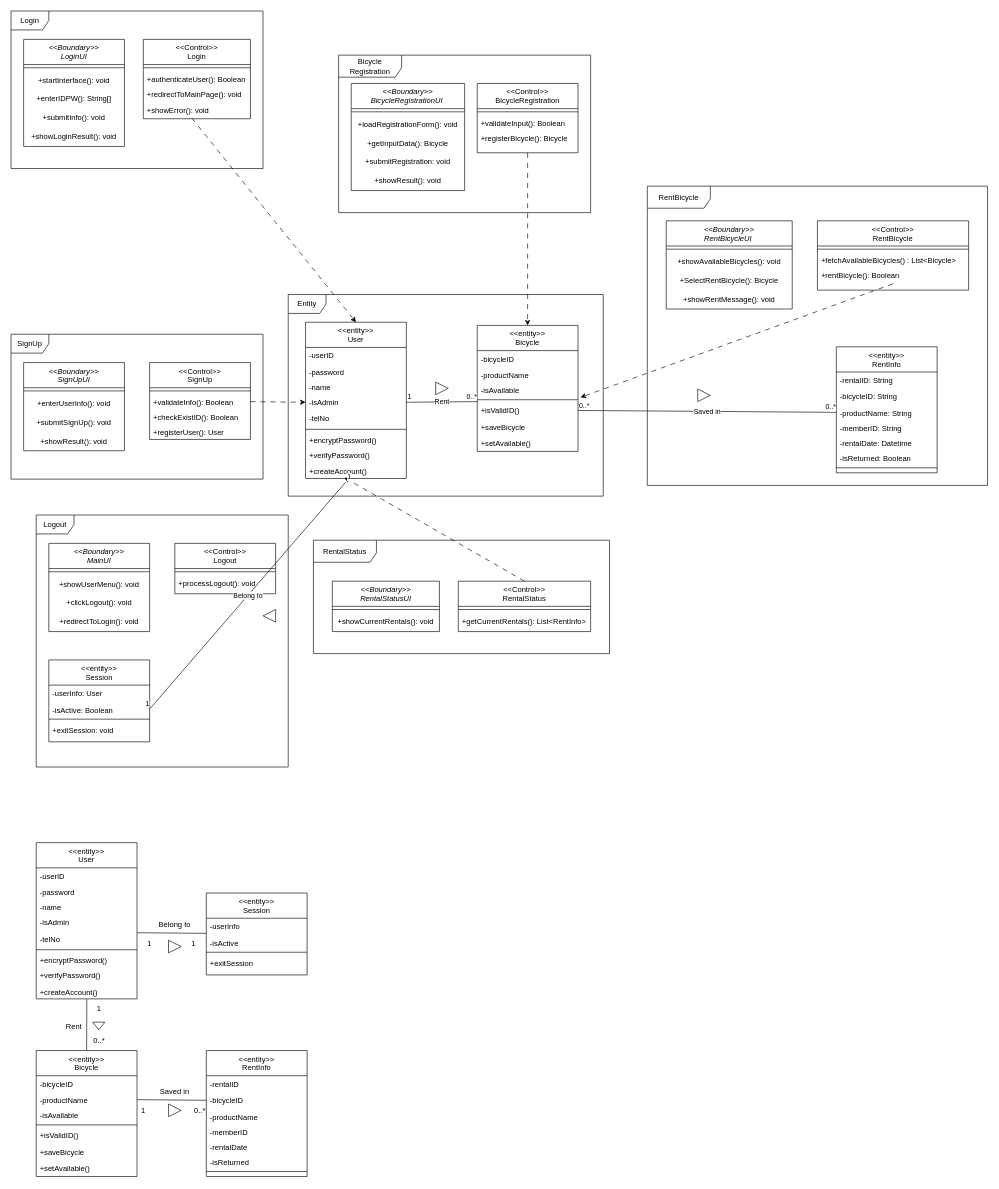
This is Class DIagram.drawio from CarniRabbit/SE_Assignment2, a draw.io file, before an edit. Source tidied: cells renumbered, new cells numbered last; positions are measured from the earlier drawing's top-left corner, leaving out a move shared by most shapes. Both pictures are drawn from the tidied source at 63%, with x=0, y=0 at pixel (11, 11).
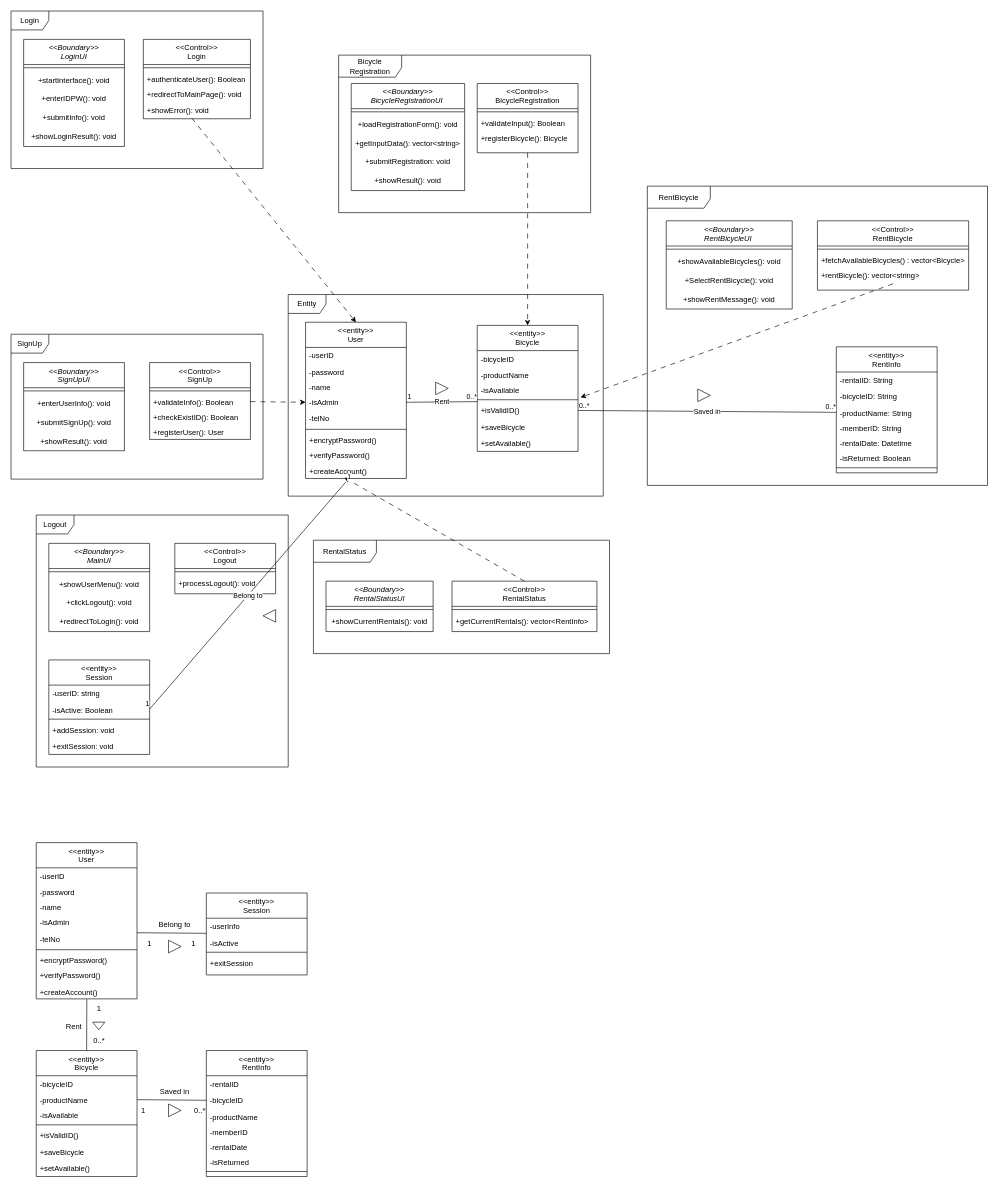
The same diagram, later.

The change refers to these unchanged cells:
```xml
<mxCell id="2" value="&lt;&lt;Boundary&gt;&gt;&#10;LoginUI" style="swimlane;fontStyle=2;align=center;verticalAlign=top;horizontal=1;startSize=40;rounded=0;shadow=0;strokeWidth=1;" parent="1" vertex="1">
  <mxGeometry x="20" y="45" width="160" height="170" as="geometry" />
</mxCell>
<mxCell id="36" value="&lt;&lt;Boundary&gt;&gt;&#10;BicycleRegistrationUI " style="swimlane;fontStyle=2;align=center;verticalAlign=top;horizontal=1;startSize=40;rounded=0;shadow=0;strokeWidth=1;" parent="1" vertex="1">
  <mxGeometry x="540" y="115" width="180" height="170" as="geometry" />
</mxCell>
<mxCell id="56" value="&lt;&lt;Boundary&gt;&gt;&#10;RentBicycleUI " style="swimlane;fontStyle=2;align=center;verticalAlign=top;horizontal=1;startSize=40;rounded=0;shadow=0;strokeWidth=1;" parent="1" vertex="1">
  <mxGeometry x="1040" y="333" width="200" height="140" as="geometry" />
</mxCell>
<mxCell id="61" value="&lt;&lt;Control&gt;&gt;&#10;RentBicycle" style="swimlane;fontStyle=0;align=center;verticalAlign=top;horizontal=1;startSize=40;rounded=0;shadow=0;strokeWidth=1;" parent="1" vertex="1">
  <mxGeometry x="1280" y="333" width="240" height="110" as="geometry" />
</mxCell>
```

Change to the diagram source:
```diff
@@
-    <mxCell id="5" value="+enterIDPW(): String[]" style="text;html=1;align=center;verticalAlign=middle;whiteSpace=wrap;rounded=0;" parent="2" vertex="1">
+    <mxCell id="5" value="+enterIDPW(): void" style="text;html=1;align=center;verticalAlign=middle;whiteSpace=wrap;rounded=0;" parent="2" vertex="1">
       <mxGeometry y="80" width="160" height="30" as="geometry" />
     </mxCell>
@@
     <mxCell id="18" value="&lt;&lt;entity&gt;&gt;&#10;Session" style="swimlane;fontStyle=0;align=center;verticalAlign=top;horizontal=1;startSize=40;rounded=0;shadow=0;strokeWidth=1;" parent="1" vertex="1">
-      <mxGeometry x="60" y="1030" width="160" height="130" as="geometry" />
+      <mxGeometry x="60" y="1030" width="160" height="150" as="geometry" />
     </mxCell>
-    <mxCell id="19" value="-userInfo: User" style="text;align=left;verticalAlign=top;spacingLeft=4;spacingRight=4;overflow=hidden;" parent="18" vertex="1">
+    <mxCell id="19" value="-userID: string" style="text;align=left;verticalAlign=top;spacingLeft=4;spacingRight=4;overflow=hidden;" parent="18" vertex="1">
       <mxGeometry y="40" width="160" height="26" as="geometry" />
     </mxCell>
@@
-    <mxCell id="22" value="+exitSession: void" style="text;align=left;verticalAlign=top;spacingLeft=4;spacingRight=4;overflow=hidden;" parent="18" vertex="1">
+    <mxCell id="22" value="+addSession: void" style="text;align=left;verticalAlign=top;spacingLeft=4;spacingRight=4;overflow=hidden;" parent="18" vertex="1">
       <mxGeometry y="98" width="160" height="26" as="geometry" />
     </mxCell>
+    <mxCell id="160" value="+exitSession: void" style="text;align=left;verticalAlign=top;spacingLeft=4;spacingRight=4;overflow=hidden;" parent="18" vertex="1">
+      <mxGeometry y="124" width="160" height="26" as="geometry" />
+    </mxCell>
@@
-    <mxCell id="39" value="+getInputData(): Bicycle" style="text;html=1;align=center;verticalAlign=middle;whiteSpace=wrap;rounded=0;" parent="36" vertex="1">
+    <mxCell id="39" value="+getInputData(): vector&amp;lt;string&amp;gt;" style="text;html=1;align=center;verticalAlign=middle;whiteSpace=wrap;rounded=0;" parent="36" vertex="1">
       <mxGeometry y="80" width="180" height="30" as="geometry" />
     </mxCell>
@@
     <mxCell id="46" value="&lt;&lt;Boundary&gt;&gt;&#10;RentalStatusUI" style="swimlane;fontStyle=2;align=center;verticalAlign=top;horizontal=1;startSize=40;rounded=0;shadow=0;strokeWidth=1;" parent="1" vertex="1">
-      <mxGeometry x="510" y="905" width="170" height="80" as="geometry" />
+      <mxGeometry x="500" y="905" width="170" height="80" as="geometry" />
     </mxCell>
@@
     <mxCell id="49" value="&lt;&lt;Control&gt;&gt;&#10;RentalStatus" style="swimlane;fontStyle=0;align=center;verticalAlign=top;horizontal=1;startSize=40;rounded=0;shadow=0;strokeWidth=1;" parent="1" vertex="1">
-      <mxGeometry x="710" y="905" width="210" height="80" as="geometry" />
+      <mxGeometry x="700" y="905" width="230" height="80" as="geometry" />
     </mxCell>
     <mxCell id="50" style="line;html=1;strokeWidth=1;align=left;verticalAlign=middle;spacingTop=-1;spacingLeft=3;spacingRight=3;labelPosition=right;" parent="49" vertex="1">
-      <mxGeometry y="40" width="210" height="10" as="geometry" />
+      <mxGeometry y="40" width="230" height="10" as="geometry" />
     </mxCell>
-    <mxCell id="51" value="+getCurrentRentals(): List&lt;RentInfo&gt;" style="text;align=left;verticalAlign=top;spacingLeft=4;spacingRight=4;overflow=hidden;" parent="49" vertex="1">
-      <mxGeometry y="50" width="210" height="24" as="geometry" />
+    <mxCell id="51" value="+getCurrentRentals(): vector&lt;RentInfo&gt;" style="text;align=left;verticalAlign=top;spacingLeft=4;spacingRight=4;overflow=hidden;" parent="49" vertex="1">
+      <mxGeometry y="50" width="230" height="24" as="geometry" />
     </mxCell>
@@
-    <mxCell id="59" value="+SelectRentBicycle(): Bicycle" style="text;html=1;align=center;verticalAlign=middle;whiteSpace=wrap;rounded=0;" parent="56" vertex="1">
+    <mxCell id="59" value="+SelectRentBicycle(): void" style="text;html=1;align=center;verticalAlign=middle;whiteSpace=wrap;rounded=0;" parent="56" vertex="1">
       <mxGeometry y="80" width="200" height="30" as="geometry" />
     </mxCell>
@@
-    <mxCell id="63" value="+fetchAvailableBicycles() : List&lt;Bicycle&gt;" style="text;align=left;verticalAlign=top;spacingLeft=4;spacingRight=4;overflow=hidden;" parent="61" vertex="1">
+    <mxCell id="63" value="+fetchAvailableBicycles() : vector&lt;Bicycle&gt;" style="text;align=left;verticalAlign=top;spacingLeft=4;spacingRight=4;overflow=hidden;" parent="61" vertex="1">
       <mxGeometry y="50" width="240" height="24" as="geometry" />
     </mxCell>
-    <mxCell id="64" value="+rentBicycle(): Boolean" style="text;align=left;verticalAlign=top;spacingLeft=4;spacingRight=4;overflow=hidden;" parent="61" vertex="1">
+    <mxCell id="64" value="+rentBicycle(): vector&lt;string&gt;" style="text;align=left;verticalAlign=top;spacingLeft=4;spacingRight=4;overflow=hidden;" parent="61" vertex="1">
       <mxGeometry y="74" width="240" height="26" as="geometry" />
     </mxCell>
```
